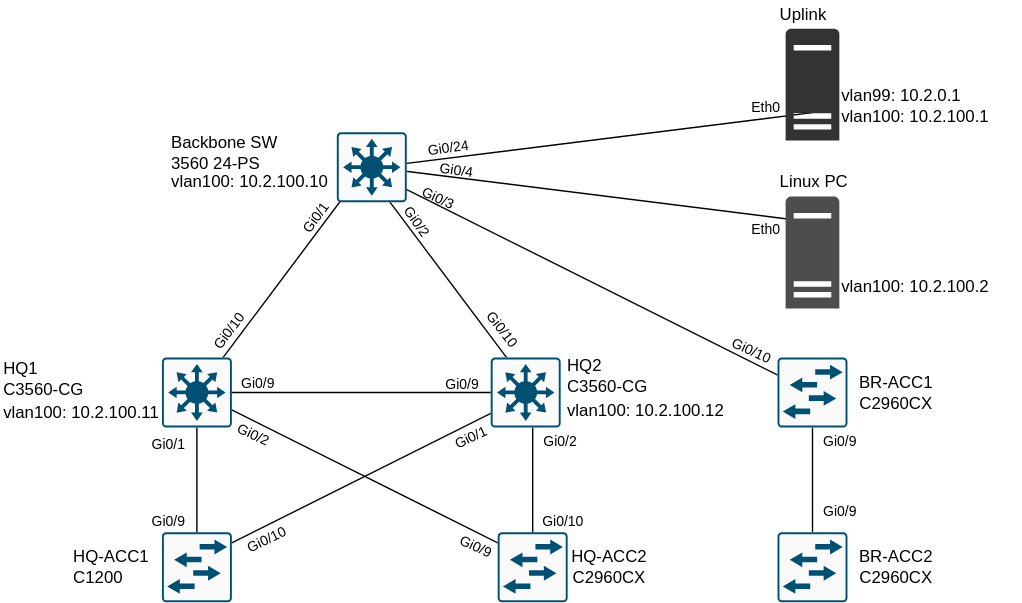
Above: PhysicalTopography.drawio.svg in The-Cave-Tech/Network-PnP (draw.io), before the change. Source tidied: cells renumbered, new cells last; positions are measured from the earlier drawing's top-left corner, leaving out a move shared by most shapes.
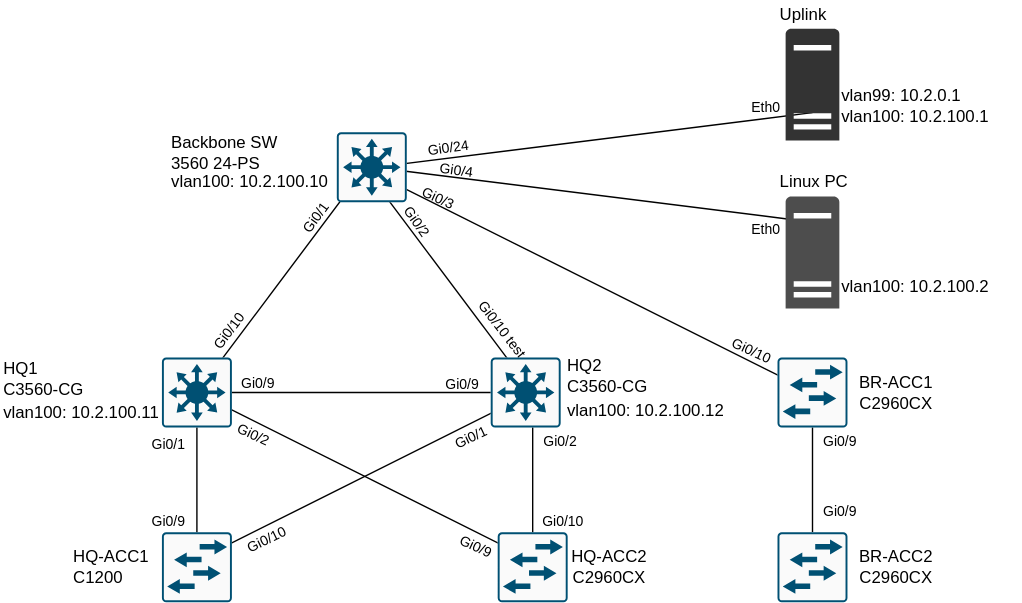
The same diagram one commit later.

Change to the diagram source:
```diff
@@ -75,7 +75,7 @@
     <mxCell id="17" value="&lt;font style=&quot;font-size: 10px;&quot;&gt;Gi0/10&lt;/font&gt;" style="text;html=1;align=center;verticalAlign=middle;whiteSpace=wrap;rounded=0;rotation=-52.9;" parent="2" vertex="1">
       <mxGeometry x="133" y="221" width="60" height="30" as="geometry" />
     </mxCell>
-    <mxCell id="18" value="&lt;font style=&quot;font-size: 10px;&quot;&gt;Gi0/10&lt;/font&gt;" style="text;html=1;align=center;verticalAlign=middle;whiteSpace=wrap;rounded=0;rotation=52.3;" parent="2" vertex="1">
+    <mxCell id="18" value="&lt;font style=&quot;font-size: 10px;&quot;&gt;Gi0/10 test&lt;/font&gt;" style="text;html=1;align=center;verticalAlign=middle;whiteSpace=wrap;rounded=0;rotation=52.3;" parent="2" vertex="1">
       <mxGeometry x="329" y="220" width="60" height="30" as="geometry" />
     </mxCell>
     <mxCell id="19" value="&lt;font style=&quot;font-size: 10px;&quot;&gt;Gi0/3&lt;/font&gt;" style="text;html=1;align=center;verticalAlign=middle;whiteSpace=wrap;rounded=0;rotation=25;" parent="2" vertex="1">
```
